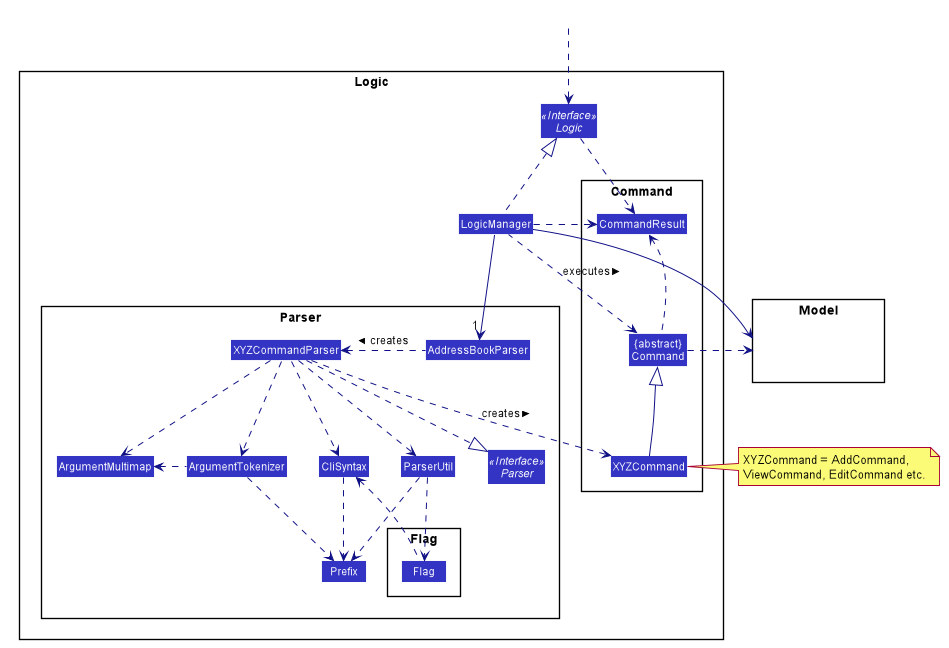
This is docs/images/LogicClassDiagram.png from wireseo/tp, a PlantUML export, as it was before one commit. Its diagram source:
```plantuml
@startuml









skinparam BackgroundColor #FFFFFFF

skinparam Shadowing false

skinparam Class {
    FontColor #FFFFFF
    BorderThickness 1
    BorderColor #FFFFFF
    StereotypeFontColor #FFFFFF
    FontName Arial
}

skinparam Actor {
    BorderColor #000000
    Color #000000
    FontName Arial
}

skinparam Sequence {
    MessageAlign center
    BoxFontSize 15
    BoxPadding 0
    BoxFontColor #FFFFFF
    FontName Arial
}

skinparam Participant {
    FontColor #FFFFFFF
    Padding 20
}

skinparam MinClassWidth 50
skinparam ParticipantPadding 10
skinparam Shadowing false
skinparam DefaultTextAlignment center
skinparam packageStyle Rectangle

hide footbox
hide members
hide circle
skinparam arrowThickness 1.1
skinparam arrowColor #101086
skinparam classBackgroundColor #3333C4

package Logic {

package Parser {

package Flag{
Class Flag
}
Interface Parser <<Interface>>
Class AddressBookParser
Class XYZCommandParser
Class CliSyntax
Class ParserUtil
Class ArgumentMultimap
Class ArgumentTokenizer
Class Prefix
}

package Command {
Class XYZCommand
Class CommandResult
Class "{abstract}\nCommand" as Command
}

Interface Logic <<Interface>>
Class LogicManager
}

package Model{
Class HiddenModel #FFFFFF
}

Class HiddenOutside #FFFFFF
HiddenOutside ..> Logic

LogicManager .up.|> Logic
LogicManager -->"1" AddressBookParser
AddressBookParser .left.> XYZCommandParser: creates >

XYZCommandParser ..> XYZCommand : creates >
XYZCommandParser ..|> Parser
XYZCommandParser ..> ArgumentMultimap
XYZCommandParser ..> ArgumentTokenizer
ArgumentTokenizer .left.> ArgumentMultimap
XYZCommandParser ..> CliSyntax
CliSyntax ..> Prefix
XYZCommandParser ..> ParserUtil
ParserUtil .down.> Prefix
ParserUtil .down.> Flag
Flag .up.> CliSyntax
ArgumentTokenizer .down.> Prefix
XYZCommand -up-|> Command
LogicManager .left.> Command : executes >

LogicManager --> Model
Command .right.> Model
note right of XYZCommand: XYZCommand = AddCommand, \nViewCommand, EditCommand etc.

Logic ..> CommandResult
LogicManager .down.> CommandResult
Command .up.> CommandResult
CommandResult -[hidden]-> Parser
@enduml
```
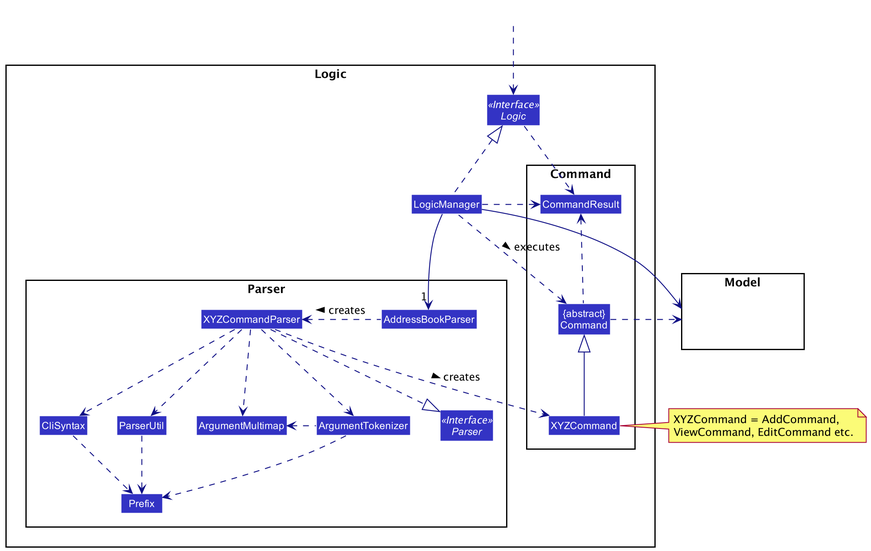
The same diagram one commit later.

Diff of the diagram source:
```diff
@@ -1,64 +1,13 @@
 @startuml
-
-
-
-
-
-
-
-
-
-skinparam BackgroundColor #FFFFFFF
-
-skinparam Shadowing false
-
-skinparam Class {
-    FontColor #FFFFFF
-    BorderThickness 1
-    BorderColor #FFFFFF
-    StereotypeFontColor #FFFFFF
-    FontName Arial
-}
-
-skinparam Actor {
-    BorderColor #000000
-    Color #000000
-    FontName Arial
-}
-
-skinparam Sequence {
-    MessageAlign center
-    BoxFontSize 15
-    BoxPadding 0
-    BoxFontColor #FFFFFF
-    FontName Arial
-}
-
-skinparam Participant {
-    FontColor #FFFFFFF
-    Padding 20
-}
-
-skinparam MinClassWidth 50
-skinparam ParticipantPadding 10
-skinparam Shadowing false
-skinparam DefaultTextAlignment center
-skinparam packageStyle Rectangle
-
-hide footbox
-hide members
-hide circle
+!include style.puml
 skinparam arrowThickness 1.1
-skinparam arrowColor #101086
-skinparam classBackgroundColor #3333C4
+skinparam arrowColor LOGIC_COLOR_T4
+skinparam classBackgroundColor LOGIC_COLOR
 
 package Logic {
 
 package Parser {
 
-package Flag{
-Class Flag
-}
 Interface Parser <<Interface>>
 Class AddressBookParser
 Class XYZCommandParser
@@ -99,8 +48,6 @@
 CliSyntax ..> Prefix
 XYZCommandParser ..> ParserUtil
 ParserUtil .down.> Prefix
-ParserUtil .down.> Flag
-Flag .up.> CliSyntax
 ArgumentTokenizer .down.> Prefix
 XYZCommand -up-|> Command
 LogicManager .left.> Command : executes >
```
